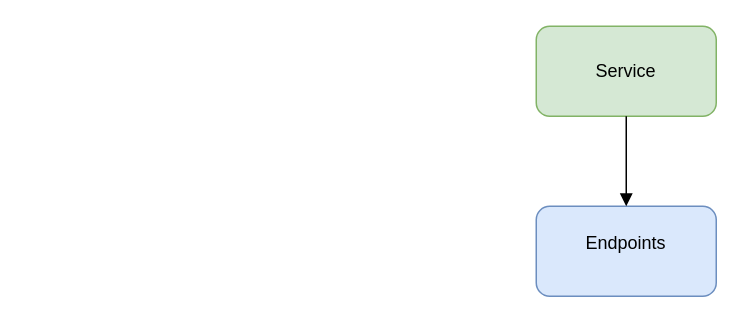
Before: Untitled Diagram.drawio in balbir97/CKA, a draw.io diagram. Source tidied: cells renumbered, new cells numbered last; positions are measured from the earlier drawing's top-left corner, leaving out a move shared by most shapes. Both pictures are drawn from the tidied source at 150%, with x=0, y=0 at pixel (536, 26).
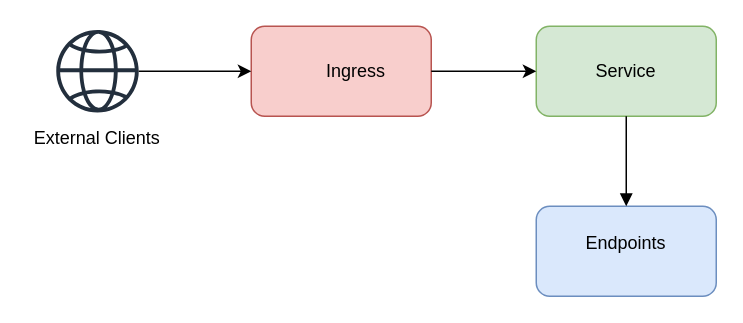
Above is the later version.

What changed in the source:
```diff
@@
 <mxGraphModel>
   <root>
     <mxCell id="0" />
     <mxCell id="1" parent="0" />
     <mxCell id="2" style="rounded=1;whiteSpace=wrap;html=1;fillColor=#dae8fc;strokeColor=#6c8ebf;" parent="1" vertex="1">
       <mxGeometry y="120" width="120" height="60" as="geometry" />
     </mxCell>
     <mxCell id="3" style="rounded=1;whiteSpace=wrap;html=1;fillColor=#d5e8d4;strokeColor=#82b366;" parent="1" vertex="1">
       <mxGeometry width="120" height="60" as="geometry" />
     </mxCell>
     <mxCell id="4" value="Service" style="text;html=1;align=center;verticalAlign=middle;whiteSpace=wrap;rounded=0;" parent="1" vertex="1">
       <mxGeometry x="30" y="15" width="60" height="30" as="geometry" />
     </mxCell>
     <mxCell id="5" value="Endpoints" style="text;html=1;align=center;verticalAlign=middle;whiteSpace=wrap;rounded=0;" parent="1" vertex="1">
       <mxGeometry x="30" y="130" width="60" height="30" as="geometry" />
     </mxCell>
     <mxCell id="6" style="endArrow=none;html=1;rounded=0;entryX=0.5;entryY=1;entryDx=0;entryDy=0;endFill=0;startArrow=block;startFill=1;" parent="1" edge="1" target="3">
       <mxGeometry relative="1" as="geometry">
         <mxPoint x="60" y="120" as="sourcePoint" />
       </mxGeometry>
     </mxCell>
+    <mxCell id="7" style="rounded=1;whiteSpace=wrap;html=1;fillColor=#f8cecc;strokeColor=#b85450;" parent="1" vertex="1">
+      <mxGeometry x="-190" width="120" height="60" as="geometry" />
+    </mxCell>
+    <mxCell id="8" value="Ingress" style="text;html=1;align=center;verticalAlign=middle;whiteSpace=wrap;rounded=0;" parent="1" vertex="1">
+      <mxGeometry x="-150" y="15" width="60" height="30" as="geometry" />
+    </mxCell>
+    <mxCell id="9" style="endArrow=classic;html=1;rounded=0;exitX=1;exitY=0.5;exitDx=0;exitDy=0;entryX=0;entryY=0.5;entryDx=0;entryDy=0;" parent="1" edge="1" source="7" target="3">
+      <mxGeometry relative="1" as="geometry" />
+    </mxCell>
+    <mxCell id="10" style="sketch=0;outlineConnect=0;fontColor=#232F3E;gradientColor=none;fillColor=#232F3D;strokeColor=none;dashed=0;verticalLabelPosition=bottom;verticalAlign=top;align=center;html=1;fontSize=12;fontStyle=0;shape=mxgraph.aws4.globe;" parent="1" vertex="1">
+      <mxGeometry x="-320" y="2.5" width="55" height="55" as="geometry" />
+    </mxCell>
+    <mxCell id="11" style="endArrow=classic;html=1;rounded=0;entryX=0;entryY=0.5;entryDx=0;entryDy=0;" parent="1" edge="1" source="10" target="7">
+      <mxGeometry relative="1" as="geometry" />
+    </mxCell>
+    <mxCell id="12" value="External Clients" style="text;html=1;align=center;verticalAlign=middle;whiteSpace=wrap;rounded=0;" parent="1" vertex="1">
+      <mxGeometry x="-340" y="60" width="95" height="30" as="geometry" />
+    </mxCell>
   </root>
 </mxGraphModel>
```
